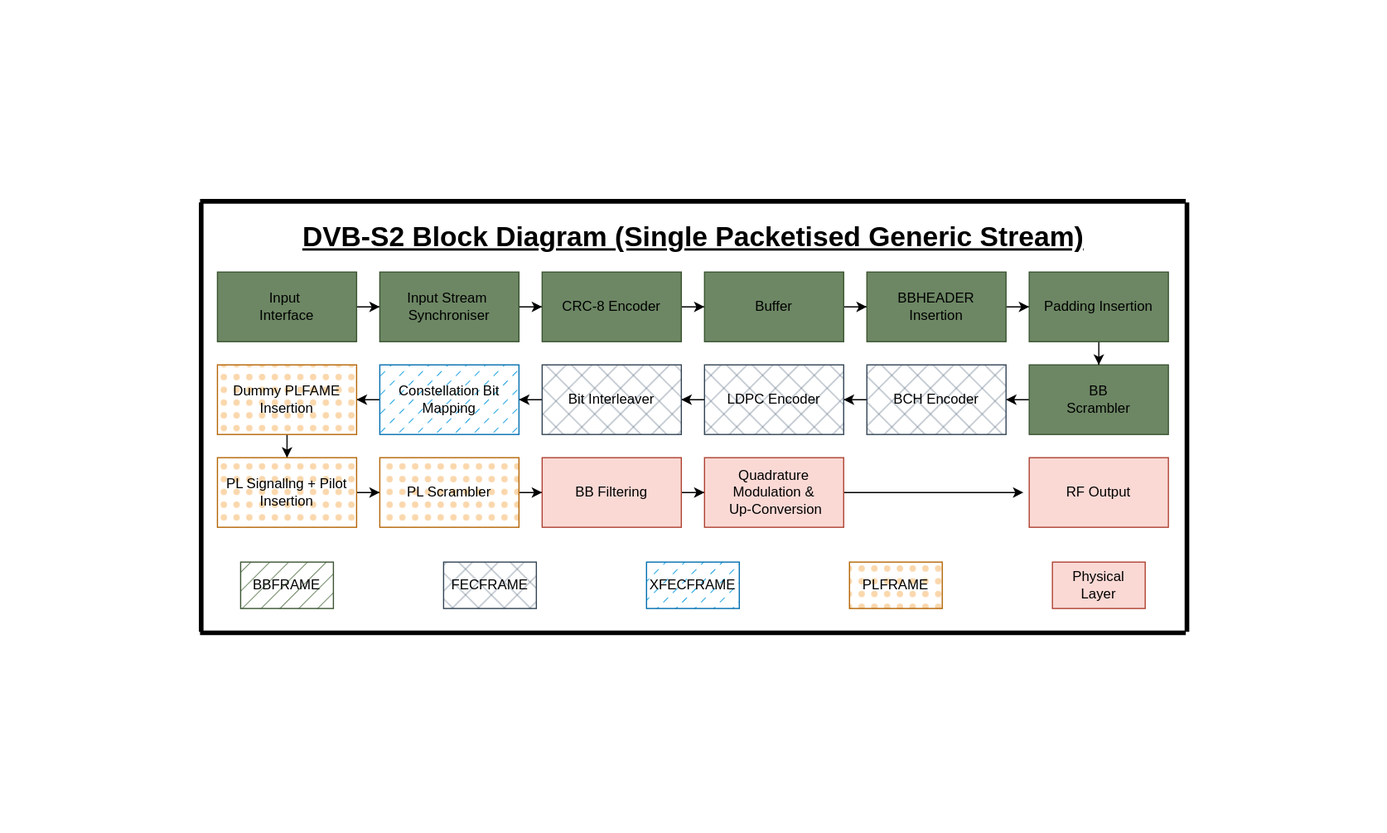
Before: Admin/Final Report/Figures/System-Architecture/DVB-S2.drawio.svg, a diagram exported from draw.io (danielstebbings/STRATHcube-Downlink-2425). Source tidied: cells renumbered, new cells last; positions are measured from the earlier drawing's top-left corner, leaving out a move shared by most shapes.
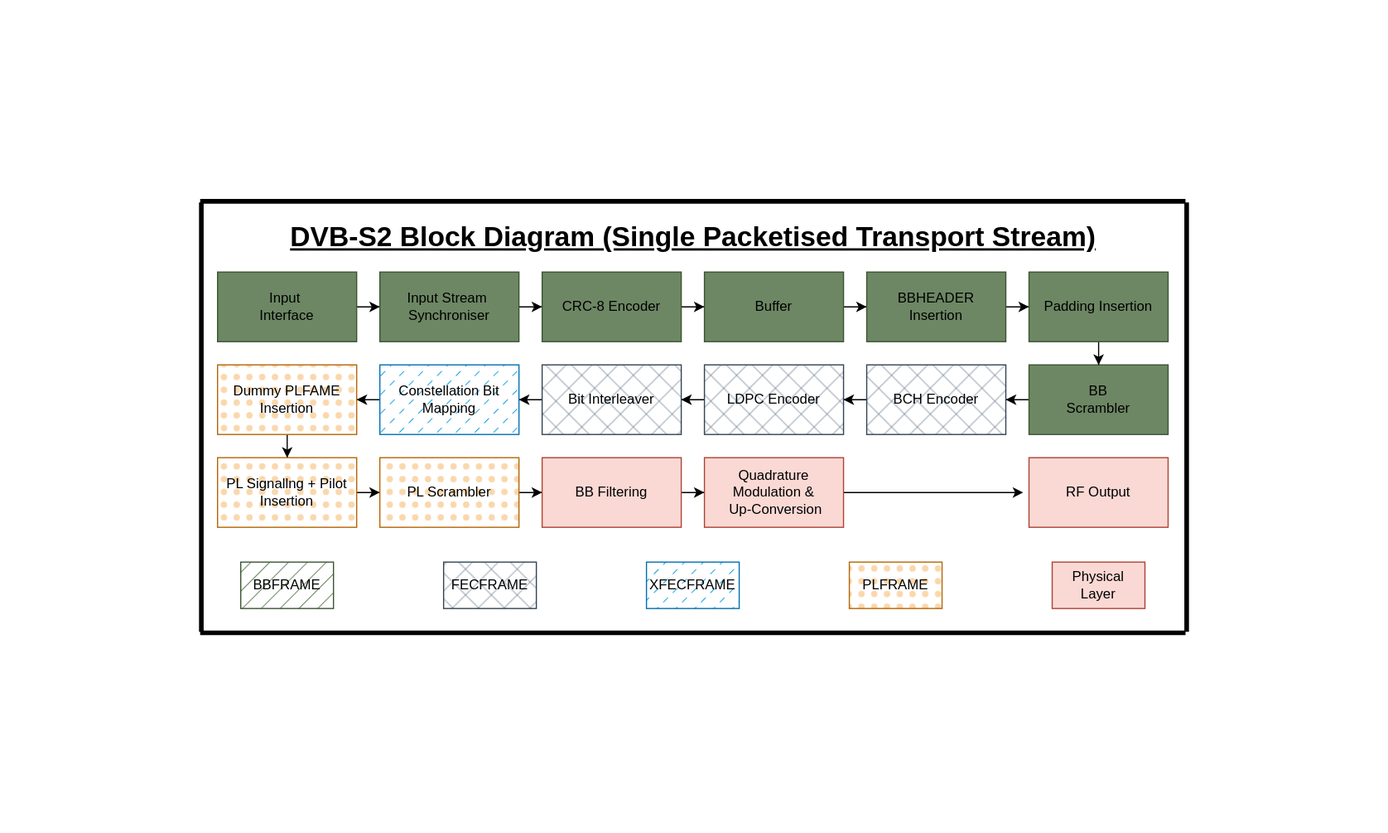
After the change.

What changed in the source:
```diff
@@ -2,7 +2,7 @@
   <root>
     <mxCell id="0" />
     <mxCell id="1" parent="0" />
-    <mxCell id="2" value="DVB-S2 Block Diagram (Single Packetised Generic Stream)" style="text;strokeColor=none;fillColor=none;html=1;fontSize=24;fontStyle=5;verticalAlign=middle;align=center;" parent="1" vertex="1">
+    <mxCell id="2" value="DVB-S2 Block Diagram (Single Packetised Transport Stream)" style="text;strokeColor=none;fillColor=none;html=1;fontSize=24;fontStyle=5;verticalAlign=middle;align=center;" parent="1" vertex="1">
       <mxGeometry x="230" y="182" width="730" height="40" as="geometry" />
     </mxCell>
     <mxCell id="3" style="line;strokeWidth=4;html=1;perimeter=backbonePerimeter;" parent="1" vertex="1">
```
